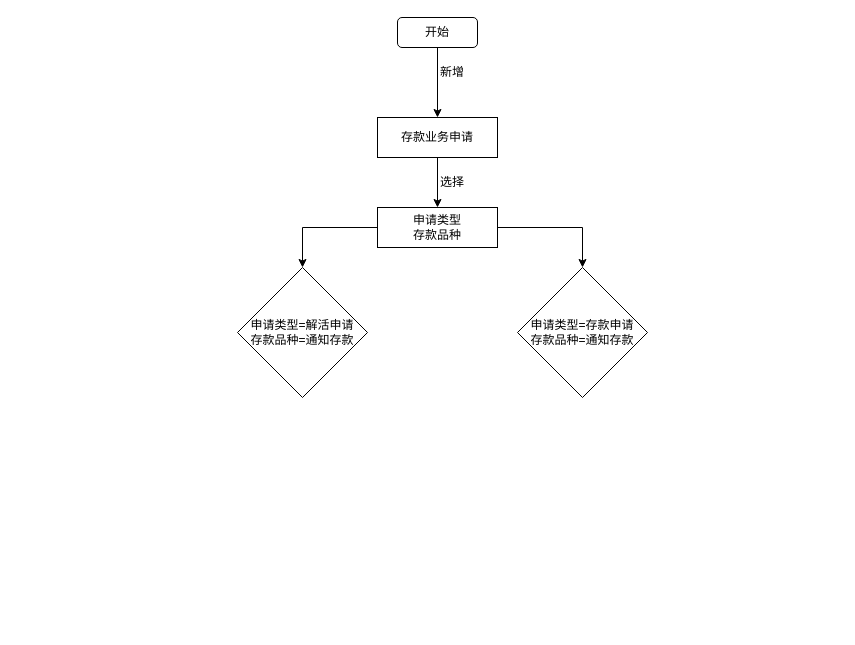
Before: ckjh.drawio in Alphathur/diagram, a draw.io diagram. Source tidied: cells renumbered, new cells numbered last; positions are measured from the earlier drawing's top-left corner, leaving out a move shared by most shapes. Both pictures are drawn from the tidied source at 100%, with x=0, y=0 at pixel (237, 17).
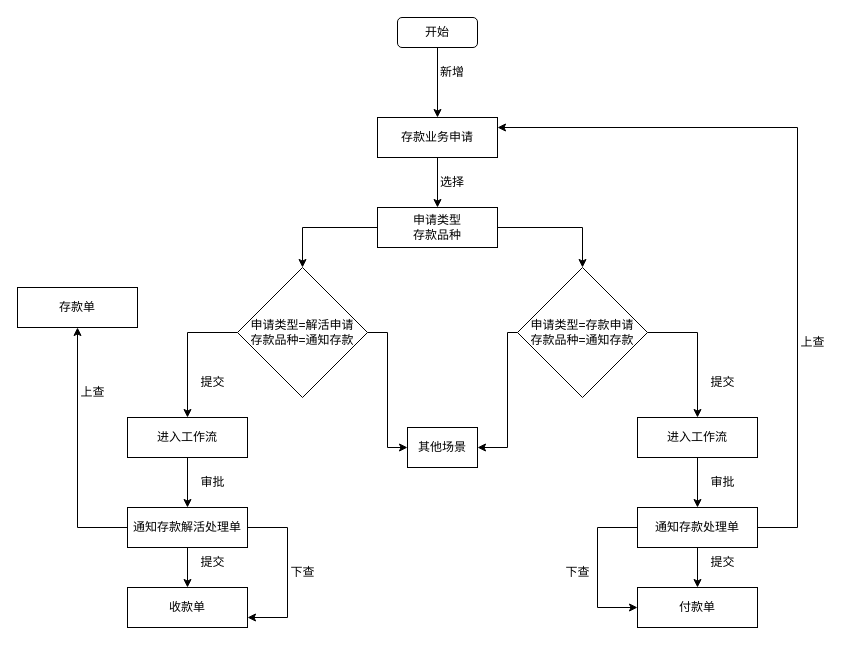
Above is the later version.

Unchanged cells that the change refers to:
```xml
<mxCell id="5" value="存款业务申请" style="rounded=0;whiteSpace=wrap;html=1;" parent="1" vertex="1">
  <mxGeometry x="140" y="100" width="120" height="40" as="geometry" />
</mxCell>
<mxCell id="10" value="申请类型=解活申请&lt;br&gt;存款品种=通知存款" style="rhombus;whiteSpace=wrap;html=1;" parent="1" vertex="1">
  <mxGeometry y="250" width="130" height="130" as="geometry" />
</mxCell>
<mxCell id="12" value="申请类型=存款申请&lt;br&gt;存款品种=通知存款" style="rhombus;whiteSpace=wrap;html=1;" parent="1" vertex="1">
  <mxGeometry x="280" y="250" width="130" height="130" as="geometry" />
</mxCell>
```

Change to the diagram source:
```diff
@@
+    <mxCell id="13" style="edgeStyle=orthogonalEdgeStyle;rounded=0;jettySize=auto;html=1;" parent="1" edge="1" source="10" target="19">
+      <mxGeometry relative="1" as="geometry">
+        <Array as="points">
+          <mxPoint x="-50" y="315" />
+        </Array>
+      </mxGeometry>
+    </mxCell>
+    <mxCell id="14" style="edgeStyle=orthogonalEdgeStyle;rounded=0;jettySize=auto;html=1;" parent="1" edge="1" source="10" target="37">
+      <mxGeometry relative="1" as="geometry">
+        <Array as="points">
+          <mxPoint x="150" y="315" />
+          <mxPoint x="150" y="430" />
+        </Array>
+      </mxGeometry>
+    </mxCell>
@@
+    <mxCell id="15" style="edgeStyle=orthogonalEdgeStyle;rounded=0;jettySize=auto;html=1;" parent="1" edge="1" source="12" target="26">
+      <mxGeometry relative="1" as="geometry">
+        <Array as="points">
+          <mxPoint x="460" y="315" />
+        </Array>
+      </mxGeometry>
+    </mxCell>
+    <mxCell id="16" style="edgeStyle=orthogonalEdgeStyle;rounded=0;jettySize=auto;html=1;" parent="1" edge="1" source="12" target="37">
+      <mxGeometry relative="1" as="geometry">
+        <Array as="points">
+          <mxPoint x="270" y="315" />
+          <mxPoint x="270" y="430" />
+        </Array>
+      </mxGeometry>
+    </mxCell>
@@
+    <mxCell id="17" style="edgeStyle=orthogonalEdgeStyle;rounded=0;jettySize=auto;html=1;" parent="1" edge="1" source="19" target="24">
+      <mxGeometry relative="1" as="geometry" />
+    </mxCell>
+    <mxCell id="18" style="edgeStyle=orthogonalEdgeStyle;rounded=0;jettySize=auto;html=1;entryX=0.5;entryY=1;entryDx=0;entryDy=0;" parent="1" edge="1" source="24" target="38">
+      <mxGeometry relative="1" as="geometry">
+        <Array as="points">
+          <mxPoint x="-160" y="510" />
+        </Array>
+      </mxGeometry>
+    </mxCell>
+    <mxCell id="19" value="进入工作流" style="rounded=0;whiteSpace=wrap;html=1;" parent="1" vertex="1">
+      <mxGeometry x="-110" y="400" width="120" height="40" as="geometry" />
+    </mxCell>
+    <mxCell id="20" value="提交" style="text;html=1;align=center;verticalAlign=middle;strokeColor=none;fillColor=none;" parent="1" vertex="1">
+      <mxGeometry x="-50" y="350" width="50" height="30" as="geometry" />
+    </mxCell>
+    <mxCell id="21" value="审批" style="text;html=1;align=center;verticalAlign=middle;strokeColor=none;fillColor=none;" parent="1" vertex="1">
+      <mxGeometry x="-50" y="450" width="50" height="30" as="geometry" />
+    </mxCell>
+    <mxCell id="22" style="edgeStyle=orthogonalEdgeStyle;rounded=0;jettySize=auto;html=1;" parent="1" edge="1" source="24" target="33">
+      <mxGeometry relative="1" as="geometry" />
+    </mxCell>
+    <mxCell id="23" style="edgeStyle=orthogonalEdgeStyle;rounded=0;jettySize=auto;html=1;entryX=1;entryY=0.75;entryDx=0;entryDy=0;" parent="1" edge="1" source="24" target="33">
+      <mxGeometry relative="1" as="geometry">
+        <Array as="points">
+          <mxPoint x="50" y="510" />
+          <mxPoint x="50" y="600" />
+        </Array>
+      </mxGeometry>
+    </mxCell>
+    <mxCell id="24" value="&lt;span style=&quot;text-align: left;&quot;&gt;通知存款解活处理单&lt;/span&gt;" style="rounded=0;whiteSpace=wrap;html=1;" parent="1" vertex="1">
+      <mxGeometry x="-110" y="490" width="120" height="40" as="geometry" />
+    </mxCell>
+    <mxCell id="25" style="edgeStyle=orthogonalEdgeStyle;rounded=0;jettySize=auto;html=1;" parent="1" edge="1" source="26" target="32">
+      <mxGeometry relative="1" as="geometry" />
+    </mxCell>
+    <mxCell id="26" value="进入工作流" style="rounded=0;whiteSpace=wrap;html=1;" parent="1" vertex="1">
+      <mxGeometry x="400" y="400" width="120" height="40" as="geometry" />
+    </mxCell>
+    <mxCell id="27" value="提交" style="text;html=1;align=center;verticalAlign=middle;strokeColor=none;fillColor=none;" parent="1" vertex="1">
+      <mxGeometry x="460" y="350" width="50" height="30" as="geometry" />
+    </mxCell>
+    <mxCell id="28" value="审批" style="text;html=1;align=center;verticalAlign=middle;strokeColor=none;fillColor=none;" parent="1" vertex="1">
+      <mxGeometry x="460" y="450" width="50" height="30" as="geometry" />
+    </mxCell>
+    <mxCell id="29" style="edgeStyle=orthogonalEdgeStyle;rounded=0;jettySize=auto;html=1;entryX=0.5;entryY=0;entryDx=0;entryDy=0;" parent="1" edge="1" source="32" target="35">
+      <mxGeometry relative="1" as="geometry" />
+    </mxCell>
+    <mxCell id="30" style="edgeStyle=orthogonalEdgeStyle;rounded=0;jettySize=auto;html=1;entryX=1;entryY=0.25;entryDx=0;entryDy=0;" parent="1" edge="1" source="32" target="5">
+      <mxGeometry relative="1" as="geometry">
+        <Array as="points">
+          <mxPoint x="560" y="510" />
+          <mxPoint x="560" y="110" />
+        </Array>
+      </mxGeometry>
+    </mxCell>
+    <mxCell id="31" style="edgeStyle=orthogonalEdgeStyle;rounded=0;jettySize=auto;html=1;entryX=0;entryY=0.5;entryDx=0;entryDy=0;" parent="1" edge="1" source="32" target="35">
+      <mxGeometry relative="1" as="geometry">
+        <Array as="points">
+          <mxPoint x="360" y="510" />
+          <mxPoint x="360" y="590" />
+        </Array>
+      </mxGeometry>
+    </mxCell>
+    <mxCell id="32" value="&lt;span style=&quot;text-align: left;&quot;&gt;通知存款处理单&lt;/span&gt;" style="rounded=0;whiteSpace=wrap;html=1;" parent="1" vertex="1">
+      <mxGeometry x="400" y="490" width="120" height="40" as="geometry" />
+    </mxCell>
+    <mxCell id="33" value="收款单" style="rounded=0;whiteSpace=wrap;html=1;" parent="1" vertex="1">
+      <mxGeometry x="-110" y="570" width="120" height="40" as="geometry" />
+    </mxCell>
+    <mxCell id="34" value="提交" style="text;html=1;align=center;verticalAlign=middle;strokeColor=none;fillColor=none;" parent="1" vertex="1">
+      <mxGeometry x="-50" y="530" width="50" height="30" as="geometry" />
+    </mxCell>
+    <mxCell id="35" value="付款单" style="rounded=0;whiteSpace=wrap;html=1;" parent="1" vertex="1">
+      <mxGeometry x="400" y="570" width="120" height="40" as="geometry" />
+    </mxCell>
+    <mxCell id="36" value="提交" style="text;html=1;align=center;verticalAlign=middle;strokeColor=none;fillColor=none;" parent="1" vertex="1">
+      <mxGeometry x="460" y="530" width="50" height="30" as="geometry" />
+    </mxCell>
+    <mxCell id="37" value="其他场景" style="rounded=0;whiteSpace=wrap;html=1;" parent="1" vertex="1">
+      <mxGeometry x="170" y="410" width="70" height="40" as="geometry" />
+    </mxCell>
+    <mxCell id="38" value="存款单" style="rounded=0;whiteSpace=wrap;html=1;" parent="1" vertex="1">
+      <mxGeometry x="-220" y="270" width="120" height="40" as="geometry" />
+    </mxCell>
+    <mxCell id="39" value="上查" style="text;html=1;align=center;verticalAlign=middle;strokeColor=none;fillColor=none;" parent="1" vertex="1">
+      <mxGeometry x="-170" y="360" width="50" height="30" as="geometry" />
+    </mxCell>
+    <mxCell id="40" value="下查" style="text;html=1;align=center;verticalAlign=middle;strokeColor=none;fillColor=none;" parent="1" vertex="1">
+      <mxGeometry x="40" y="540" width="50" height="30" as="geometry" />
+    </mxCell>
+    <mxCell id="41" value="上查" style="text;html=1;align=center;verticalAlign=middle;strokeColor=none;fillColor=none;" parent="1" vertex="1">
+      <mxGeometry x="550" y="310" width="50" height="30" as="geometry" />
+    </mxCell>
+    <mxCell id="42" value="下查" style="text;html=1;align=center;verticalAlign=middle;strokeColor=none;fillColor=none;" parent="1" vertex="1">
+      <mxGeometry x="315" y="540" width="50" height="30" as="geometry" />
+    </mxCell>
```
